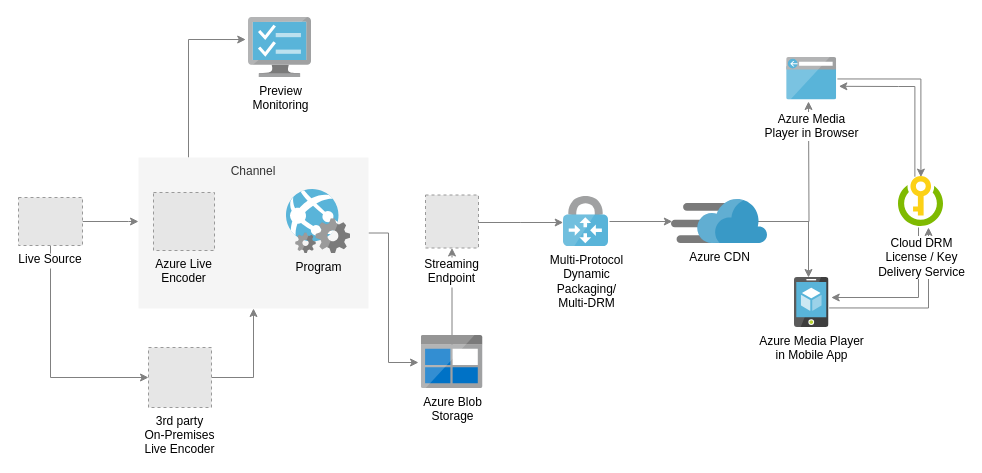
Earlier version of the draw.io diagram Untitled Diagram.drawio (belwalkarmangesh/CDC-PoC). Source tidied: cells renumbered, new cells numbered last; positions are measured from the earlier drawing's top-left corner, leaving out a move shared by most shapes. Both pictures are drawn from the tidied source at 100%, with x=0, y=0 at pixel (18, 17). Pictures stored in the file or linked from it are replaced by grey dashed boxes.
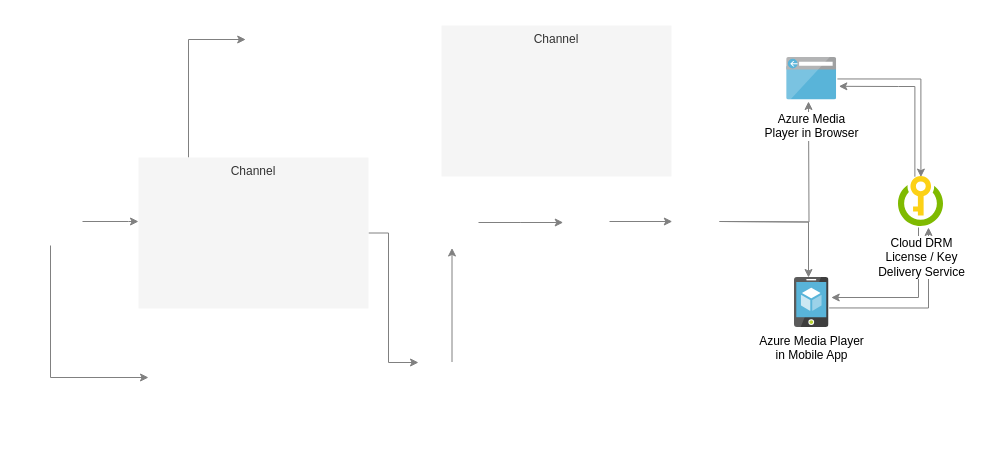
Above is the later version.

Commit message:
CDC-Architecture

The change refers to these unchanged cells:
```xml
<mxCell id="16" value="Channel" style="rounded=0;whiteSpace=wrap;html=1;fillColor=#f5f5f5;strokeColor=none;fontColor=#333333;verticalAlign=top;" parent="1" vertex="1">
  <mxGeometry x="120" y="140" width="230" height="151" as="geometry" />
</mxCell>
<mxCell id="27" value="Azure Media Player&lt;br&gt;in Mobile App&lt;br&gt;" style="html=1;perimeter=none;align=center;shadow=0;dashed=0;image;fontSize=12;image=img/lib/mscae/App_Service_Mobile_App.svg;" parent="1" vertex="1">
  <mxGeometry x="776" y="260" width="34.5" height="50" as="geometry" />
</mxCell>
```

The edit, as a diff of the source:
```diff
@@
-    <mxCell id="3" style="edgeStyle=orthogonalEdgeStyle;rounded=0;jettySize=auto;html=1;entryX=-0.044;entryY=0.367;entryDx=0;entryDy=0;entryPerimeter=0;strokeColor=#808080;" parent="1" edge="1" source="16" target="20">
+    <mxCell id="3" style="edgeStyle=orthogonalEdgeStyle;rounded=0;jettySize=auto;html=1;entryX=-0.044;entryY=0.367;entryDx=0;entryDy=0;entryPerimeter=0;strokeColor=#808080;" parent="1" edge="1" source="16">
       <mxGeometry relative="1" as="geometry">
+        <mxPoint x="227.2" y="22" as="targetPoint" />
         <Array as="points">
           <mxPoint x="170" y="22" />
         </Array>
       </mxGeometry>
     </mxCell>
@@
-    <mxCell id="5" style="edgeStyle=orthogonalEdgeStyle;rounded=0;jettySize=auto;html=1;strokeColor=#808080;" parent="1" edge="1" source="17" target="16">
+    <mxCell id="5" style="edgeStyle=orthogonalEdgeStyle;rounded=0;jettySize=auto;html=1;strokeColor=#808080;" parent="1" edge="1" target="16">
       <mxGeometry relative="1" as="geometry">
+        <mxPoint x="64" y="204" as="sourcePoint" />
         <Array as="points">
           <mxPoint x="110" y="204" />
           <mxPoint x="110" y="204" />
         </Array>
       </mxGeometry>
     </mxCell>
-    <mxCell id="6" style="edgeStyle=orthogonalEdgeStyle;rounded=0;jettySize=auto;html=1;strokeColor=#808080;" parent="1" edge="1" source="17" target="19">
+    <mxCell id="6" style="edgeStyle=orthogonalEdgeStyle;rounded=0;orthogonalLoop=1;jettySize=auto;html=1;strokeColor=#808080;" parent="1" edge="1">
       <mxGeometry relative="1" as="geometry">
+        <mxPoint x="32" y="228" as="sourcePoint" />
+        <mxPoint x="130" y="360" as="targetPoint" />
         <Array as="points">
           <mxPoint x="32" y="360" />
         </Array>
       </mxGeometry>
     </mxCell>
-    <mxCell id="7" style="edgeStyle=elbowEdgeStyle;rounded=0;jettySize=auto;html=1;entryX=-0.016;entryY=0.49;entryDx=0;entryDy=0;entryPerimeter=0;elbow=vertical;strokeColor=#808080;" parent="1" edge="1" source="18" target="21">
-      <mxGeometry relative="1" as="geometry" />
+    <mxCell id="7" style="edgeStyle=elbowEdgeStyle;rounded=0;orthogonalLoop=1;jettySize=auto;html=1;entryX=-0.016;entryY=0.49;entryDx=0;entryDy=0;entryPerimeter=0;elbow=vertical;strokeColor=#808080;" parent="1" edge="1">
+      <mxGeometry relative="1" as="geometry">
+        <mxPoint x="196" y="203" as="sourcePoint" />
+        <mxPoint x="267" y="203.4" as="targetPoint" />
+      </mxGeometry>
     </mxCell>
-    <mxCell id="8" style="edgeStyle=orthogonalEdgeStyle;rounded=0;jettySize=auto;html=1;strokeColor=#808080;" parent="1" edge="1" source="19" target="16">
-      <mxGeometry relative="1" as="geometry">
-        <Array as="points">
-          <mxPoint x="235" y="360" />
-        </Array>
-      </mxGeometry>
-    </mxCell>
-    <mxCell id="9" style="edgeStyle=elbowEdgeStyle;rounded=0;jettySize=auto;html=1;entryX=-0.007;entryY=0.52;entryDx=0;entryDy=0;entryPerimeter=0;elbow=vertical;strokeColor=#808080;" parent="1" edge="1" source="22" target="24">
-      <mxGeometry relative="1" as="geometry" />
+    <mxCell id="9" style="edgeStyle=elbowEdgeStyle;rounded=0;orthogonalLoop=1;jettySize=auto;html=1;entryX=-0.007;entryY=0.52;entryDx=0;entryDy=0;entryPerimeter=0;elbow=vertical;strokeColor=#808080;" parent="1" edge="1">
+      <mxGeometry relative="1" as="geometry">
+        <mxPoint x="460" y="205" as="sourcePoint" />
+        <mxPoint x="544.7" y="205" as="targetPoint" />
+      </mxGeometry>
     </mxCell>
-    <mxCell id="10" style="edgeStyle=orthogonalEdgeStyle;rounded=0;jettySize=auto;html=1;strokeColor=#808080;" parent="1" edge="1" source="23" target="22">
-      <mxGeometry relative="1" as="geometry" />
+    <mxCell id="10" style="edgeStyle=orthogonalEdgeStyle;rounded=0;orthogonalLoop=1;jettySize=auto;html=1;strokeColor=#808080;" parent="1" edge="1">
+      <mxGeometry relative="1" as="geometry">
+        <mxPoint x="433.5" y="344.5" as="sourcePoint" />
+        <mxPoint x="433.5" y="230.5" as="targetPoint" />
+      </mxGeometry>
     </mxCell>
@@
-    <mxCell id="12" style="edgeStyle=orthogonalEdgeStyle;rounded=0;jettySize=auto;html=1;strokeColor=#808080;" parent="1" edge="1" source="25">
+    <mxCell id="12" style="edgeStyle=orthogonalEdgeStyle;rounded=0;orthogonalLoop=1;jettySize=auto;html=1;strokeColor=#808080;" parent="1" edge="1">
       <mxGeometry relative="1" as="geometry">
+        <mxPoint x="701" y="204" as="sourcePoint" />
         <mxPoint x="790" y="84" as="targetPoint" />
       </mxGeometry>
     </mxCell>
-    <mxCell id="13" style="edgeStyle=orthogonalEdgeStyle;rounded=0;jettySize=auto;html=1;entryX=0.406;entryY=0;entryDx=0;entryDy=0;entryPerimeter=0;strokeColor=#808080;" parent="1" edge="1" source="25" target="27">
-      <mxGeometry relative="1" as="geometry" />
+    <mxCell id="13" style="edgeStyle=orthogonalEdgeStyle;rounded=0;jettySize=auto;html=1;entryX=0.406;entryY=0;entryDx=0;entryDy=0;entryPerimeter=0;strokeColor=#808080;" parent="1" edge="1" target="27">
+      <mxGeometry relative="1" as="geometry">
+        <mxPoint x="701" y="204" as="sourcePoint" />
+      </mxGeometry>
     </mxCell>
@@
-    <mxCell id="17" value="Live Source" style="fillColor=#E6E6E6;strokeColor=#999999;dashed=1;verticalLabelPosition=bottom;labelBackgroundColor=#ffffff;verticalAlign=top;" parent="1" vertex="1">
-      <mxGeometry y="180" width="64" height="48" as="geometry" />
-    </mxCell>
-    <mxCell id="18" value="Azure Live&#10;Encoder&#10;" style="fillColor=#E6E6E6;strokeColor=#999999;dashed=1;verticalLabelPosition=bottom;labelBackgroundColor=none;verticalAlign=top;" parent="1" vertex="1">
-      <mxGeometry x="135" y="175" width="61" height="58" as="geometry" />
-    </mxCell>
-    <mxCell id="19" value="3rd party&#10;On-Premises&#10;Live Encoder&#10;" style="fillColor=#E6E6E6;strokeColor=#999999;dashed=1;verticalLabelPosition=bottom;labelBackgroundColor=#ffffff;verticalAlign=top;" parent="1" vertex="1">
-      <mxGeometry x="130" y="330" width="63" height="60" as="geometry" />
-    </mxCell>
-    <mxCell id="20" value="Preview&lt;br&gt;Monitoring&lt;br&gt;" style="html=1;perimeter=none;align=center;shadow=0;dashed=0;image;fontSize=12;image=img/lib/mscae/TaskVM.svg;" parent="1" vertex="1">
-      <mxGeometry x="230" width="63" height="60" as="geometry" />
-    </mxCell>
-    <mxCell id="21" value="Program" style="html=1;perimeter=none;align=center;shadow=0;dashed=0;image;fontSize=12;image=img/lib/mscae/WebApp_WebJobs.svg;labelBackgroundColor=none;" parent="1" vertex="1">
-      <mxGeometry x="268" y="172" width="64" height="64" as="geometry" />
-    </mxCell>
-    <mxCell id="22" value="Streaming&#10;Endpoint&#10;" style="fillColor=#E6E6E6;strokeColor=#999999;dashed=1;verticalLabelPosition=bottom;labelBackgroundColor=#ffffff;verticalAlign=top;spacingTop=2;" parent="1" vertex="1">
-      <mxGeometry x="407" y="177.5" width="53" height="53" as="geometry" />
-    </mxCell>
-    <mxCell id="23" value="Azure Blob&lt;br&gt;Storage&lt;br&gt;" style="html=1;perimeter=none;align=center;shadow=0;dashed=0;image;fontSize=12;image=img/lib/mscae/BlobBlock.svg;" parent="1" vertex="1">
-      <mxGeometry x="402.5" y="318" width="62" height="53" as="geometry" />
-    </mxCell>
-    <mxCell id="24" value="Multi-Protocol&lt;br&gt;Dynamic &lt;br&gt;Packaging/&lt;br&gt;Multi-DRM&lt;br&gt;" style="html=1;perimeter=none;align=center;shadow=0;dashed=0;image;fontSize=12;image=img/lib/mscae/VPN_Gateway.svg;" parent="1" vertex="1">
-      <mxGeometry x="545" y="179" width="45" height="50" as="geometry" />
-    </mxCell>
-    <mxCell id="25" value="Azure CDN" style="html=1;perimeter=none;align=center;shadow=0;dashed=0;image;fontSize=12;image=img/lib/mscae/Content_Delivery_Network.svg;" parent="1" vertex="1">
-      <mxGeometry x="653" y="182" width="96" height="44" as="geometry" />
-    </mxCell>
@@
+    <mxCell id="30" value="Channel" style="rounded=0;whiteSpace=wrap;html=1;fillColor=#f5f5f5;strokeColor=none;fontColor=#333333;verticalAlign=top;" parent="1" vertex="1">
+      <mxGeometry x="423" y="8" width="230" height="151" as="geometry" />
+    </mxCell>
```
